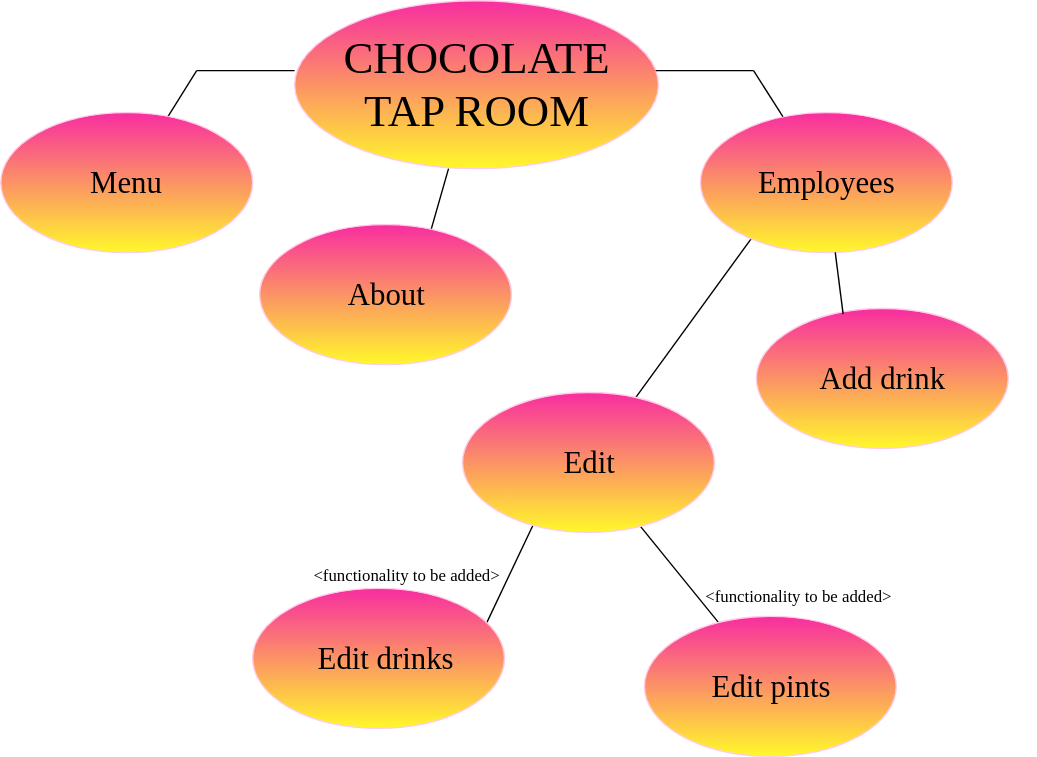
reese-lee/chocolate-tap-room keeps this draw.io diagram as src/assets/images/componenttree.svg. Above is the earlier version. Source tidied: cells renumbered, new cells last; positions are measured from the earlier drawing's top-left corner, leaving out a move shared by most shapes. Source of this version:
```xml
<mxGraphModel>
  <root>
    <mxCell id="0" />
    <mxCell id="1" parent="0" />
    <mxCell id="2" style="endArrow=none;html=1;fontFamily=Garamond;fontSize=22;exitX=0.906;exitY=0.357;exitDx=0;exitDy=0;exitPerimeter=0;" parent="1" edge="1" source="26">
      <mxGeometry relative="1" as="geometry">
        <mxPoint x="385" y="365" as="targetPoint" />
      </mxGeometry>
    </mxCell>
    <mxCell id="3" style="endArrow=none;html=1;fontFamily=Garamond;fontSize=22;" parent="1" edge="1" source="25" target="22">
      <mxGeometry relative="1" as="geometry" />
    </mxCell>
    <mxCell id="4" style="endArrow=none;html=1;fontFamily=Garamond;fontSize=22;" parent="1" edge="1" source="10">
      <mxGeometry relative="1" as="geometry">
        <mxPoint x="140" y="50" as="targetPoint" />
      </mxGeometry>
    </mxCell>
    <mxCell id="5" style="endArrow=none;html=1;fontFamily=Garamond;fontSize=22;" parent="1" edge="1" source="19">
      <mxGeometry relative="1" as="geometry">
        <mxPoint x="540" y="165" as="targetPoint" />
      </mxGeometry>
    </mxCell>
    <mxCell id="6" style="ellipse;whiteSpace=wrap;html=1;fillColor=#F82DA0;strokeColor=#FFCCE6;gradientColor=#FFF82B;" parent="1" vertex="1">
      <mxGeometry x="500" y="80" width="180" height="100" as="geometry" />
    </mxCell>
    <mxCell id="7" style="ellipse;whiteSpace=wrap;html=1;fillColor=#F82DA0;strokeColor=#FFCCE6;gradientColor=#FFF82B;" parent="1" vertex="1">
      <mxGeometry x="210" width="260" height="120" as="geometry" />
    </mxCell>
    <mxCell id="8" style="ellipse;whiteSpace=wrap;html=1;fillColor=#F82DA0;strokeColor=#FFCCE6;gradientColor=#FFF82B;" parent="1" vertex="1">
      <mxGeometry y="80" width="180" height="100" as="geometry" />
    </mxCell>
    <mxCell id="9" value="CHOCOLATE &lt;br style=&quot;font-size: 32px;&quot;&gt;TAP ROOM" style="text;html=1;strokeColor=none;fillColor=none;align=center;verticalAlign=middle;whiteSpace=wrap;rounded=0;fontFamily=Garamond;fontSize=32;" parent="1" vertex="1">
      <mxGeometry x="230" y="32" width="220" height="55" as="geometry" />
    </mxCell>
    <mxCell id="10" value="Menu" style="text;html=1;strokeColor=none;fillColor=none;align=center;verticalAlign=middle;whiteSpace=wrap;rounded=0;fontFamily=Garamond;fontSize=22;" parent="1" vertex="1">
      <mxGeometry x="10" y="95" width="160" height="70" as="geometry" />
    </mxCell>
    <mxCell id="11" style="endArrow=none;html=1;fontFamily=Garamond;fontSize=22;" parent="1" edge="1">
      <mxGeometry relative="1" as="geometry">
        <mxPoint x="140" y="50" as="sourcePoint" />
        <mxPoint x="210" y="50" as="targetPoint" />
      </mxGeometry>
    </mxCell>
    <mxCell id="12" style="ellipse;whiteSpace=wrap;html=1;fillColor=#F82DA0;strokeColor=#FFCCE6;gradientColor=#FFF82B;" parent="1" vertex="1">
      <mxGeometry x="540" y="220" width="180" height="100" as="geometry" />
    </mxCell>
    <mxCell id="13" style="endArrow=none;html=1;fontFamily=Garamond;fontSize=22;" parent="1" edge="1">
      <mxGeometry relative="1" as="geometry">
        <mxPoint x="468" y="50" as="sourcePoint" />
        <mxPoint x="538" y="50" as="targetPoint" />
      </mxGeometry>
    </mxCell>
    <mxCell id="14" style="endArrow=none;html=1;fontFamily=Garamond;fontSize=22;" parent="1" edge="1">
      <mxGeometry relative="1" as="geometry">
        <mxPoint x="559" y="82.9" as="sourcePoint" />
        <mxPoint x="538" y="50" as="targetPoint" />
      </mxGeometry>
    </mxCell>
    <mxCell id="15" style="endArrow=none;html=1;fontFamily=Garamond;fontSize=22;exitX=0.639;exitY=0.3;exitDx=0;exitDy=0;exitPerimeter=0;" parent="1" edge="1" source="16">
      <mxGeometry relative="1" as="geometry">
        <mxPoint x="320" y="120" as="targetPoint" />
      </mxGeometry>
    </mxCell>
    <mxCell id="16" style="ellipse;whiteSpace=wrap;html=1;fillColor=#F82DA0;strokeColor=#FFCCE6;gradientColor=#FFF82B;" parent="1" vertex="1">
      <mxGeometry x="185" y="160" width="180" height="100" as="geometry" />
    </mxCell>
    <mxCell id="17" value="About" style="text;html=1;strokeColor=none;fillColor=none;align=center;verticalAlign=middle;whiteSpace=wrap;rounded=0;fontFamily=Garamond;fontSize=22;" parent="1" vertex="1">
      <mxGeometry x="195" y="175" width="160" height="70" as="geometry" />
    </mxCell>
    <mxCell id="18" value="Add drink" style="text;html=1;strokeColor=none;fillColor=none;align=center;verticalAlign=middle;whiteSpace=wrap;rounded=0;fontFamily=Garamond;fontSize=22;" parent="1" vertex="1">
      <mxGeometry x="550" y="235" width="160" height="70" as="geometry" />
    </mxCell>
    <mxCell id="19" style="ellipse;whiteSpace=wrap;html=1;fillColor=#F82DA0;strokeColor=#FFCCE6;gradientColor=#FFF82B;" parent="1" vertex="1">
      <mxGeometry x="330" y="280" width="180" height="100" as="geometry" />
    </mxCell>
    <mxCell id="20" style="endArrow=none;html=1;fontFamily=Garamond;fontSize=22;exitX=0.344;exitY=0.04;exitDx=0;exitDy=0;exitPerimeter=0;" parent="1" edge="1" source="12" target="6">
      <mxGeometry relative="1" as="geometry" />
    </mxCell>
    <mxCell id="21" value="Employees" style="text;html=1;strokeColor=none;fillColor=none;align=center;verticalAlign=middle;whiteSpace=wrap;rounded=0;fontFamily=Garamond;fontSize=22;" parent="1" vertex="1">
      <mxGeometry x="510" y="95" width="160" height="70" as="geometry" />
    </mxCell>
    <mxCell id="22" value="Edit" style="text;html=1;strokeColor=none;fillColor=none;align=center;verticalAlign=middle;whiteSpace=wrap;rounded=0;fontFamily=Garamond;fontSize=22;" parent="1" vertex="1">
      <mxGeometry x="340" y="295" width="160" height="70" as="geometry" />
    </mxCell>
    <mxCell id="23" style="ellipse;whiteSpace=wrap;html=1;fillColor=#F82DA0;strokeColor=#FFCCE6;gradientColor=#FFF82B;" parent="1" vertex="1">
      <mxGeometry x="460" y="440" width="180" height="100" as="geometry" />
    </mxCell>
    <mxCell id="24" style="ellipse;whiteSpace=wrap;html=1;fillColor=#F82DA0;strokeColor=#FFCCE6;gradientColor=#FFF82B;" parent="1" vertex="1">
      <mxGeometry x="180" y="420" width="180" height="100" as="geometry" />
    </mxCell>
    <mxCell id="25" value="Edit pints" style="text;html=1;strokeColor=none;fillColor=none;align=center;verticalAlign=middle;whiteSpace=wrap;rounded=0;fontFamily=Garamond;fontSize=22;" parent="1" vertex="1">
      <mxGeometry x="470" y="455" width="160" height="70" as="geometry" />
    </mxCell>
    <mxCell id="26" value="Edit drinks" style="text;html=1;strokeColor=none;fillColor=none;align=center;verticalAlign=middle;whiteSpace=wrap;rounded=0;fontFamily=Garamond;fontSize=22;" parent="1" vertex="1">
      <mxGeometry x="195" y="435" width="160" height="70" as="geometry" />
    </mxCell>
    <mxCell id="27" value="&amp;lt;functionality to be added&amp;gt;" style="text;html=1;strokeColor=none;fillColor=none;align=center;verticalAlign=middle;whiteSpace=wrap;rounded=0;fontFamily=Garamond;fontSize=12;" parent="1" vertex="1">
      <mxGeometry x="400" y="410" width="340" height="30" as="geometry" />
    </mxCell>
    <mxCell id="28" value="&amp;lt;functionality to be added&amp;gt;" style="text;html=1;strokeColor=none;fillColor=none;align=center;verticalAlign=middle;whiteSpace=wrap;rounded=0;fontFamily=Garamond;fontSize=12;" parent="1" vertex="1">
      <mxGeometry x="120" y="395" width="340" height="30" as="geometry" />
    </mxCell>
  </root>
</mxGraphModel>
```
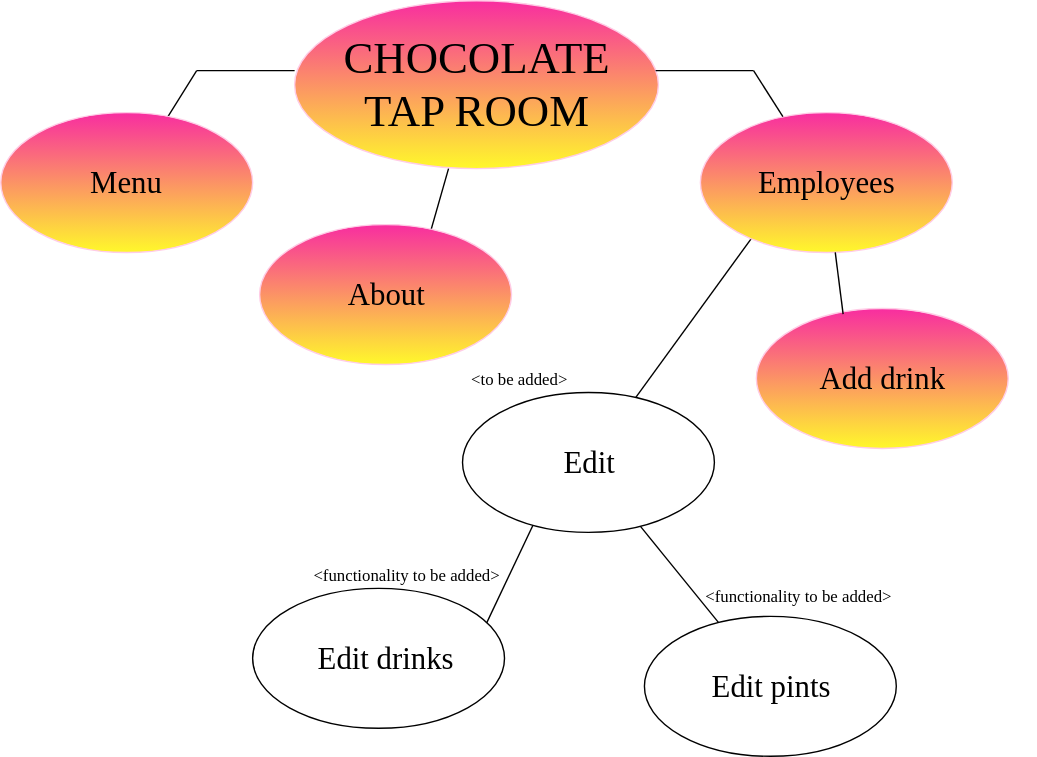
Later version of the same file.

Commit message:
add new Component Tree that reflects current structure

Diff of the diagram source:
```diff
@@ -70,7 +70,7 @@
     <mxCell id="18" value="Add drink" style="text;html=1;strokeColor=none;fillColor=none;align=center;verticalAlign=middle;whiteSpace=wrap;rounded=0;fontFamily=Garamond;fontSize=22;" parent="1" vertex="1">
       <mxGeometry x="550" y="235" width="160" height="70" as="geometry" />
     </mxCell>
-    <mxCell id="19" style="ellipse;whiteSpace=wrap;html=1;fillColor=#F82DA0;strokeColor=#FFCCE6;gradientColor=#FFF82B;" parent="1" vertex="1">
+    <mxCell id="19" style="ellipse;whiteSpace=wrap;html=1;gradientDirection=south;" parent="1" vertex="1">
       <mxGeometry x="330" y="280" width="180" height="100" as="geometry" />
     </mxCell>
     <mxCell id="20" style="endArrow=none;html=1;fontFamily=Garamond;fontSize=22;exitX=0.344;exitY=0.04;exitDx=0;exitDy=0;exitPerimeter=0;" parent="1" edge="1" source="12" target="6">
@@ -82,10 +82,10 @@
     <mxCell id="22" value="Edit" style="text;html=1;strokeColor=none;fillColor=none;align=center;verticalAlign=middle;whiteSpace=wrap;rounded=0;fontFamily=Garamond;fontSize=22;" parent="1" vertex="1">
       <mxGeometry x="340" y="295" width="160" height="70" as="geometry" />
     </mxCell>
-    <mxCell id="23" style="ellipse;whiteSpace=wrap;html=1;fillColor=#F82DA0;strokeColor=#FFCCE6;gradientColor=#FFF82B;" parent="1" vertex="1">
+    <mxCell id="23" style="ellipse;whiteSpace=wrap;html=1;" parent="1" vertex="1">
       <mxGeometry x="460" y="440" width="180" height="100" as="geometry" />
     </mxCell>
-    <mxCell id="24" style="ellipse;whiteSpace=wrap;html=1;fillColor=#F82DA0;strokeColor=#FFCCE6;gradientColor=#FFF82B;" parent="1" vertex="1">
+    <mxCell id="24" style="ellipse;whiteSpace=wrap;html=1;" parent="1" vertex="1">
       <mxGeometry x="180" y="420" width="180" height="100" as="geometry" />
     </mxCell>
     <mxCell id="25" value="Edit pints" style="text;html=1;strokeColor=none;fillColor=none;align=center;verticalAlign=middle;whiteSpace=wrap;rounded=0;fontFamily=Garamond;fontSize=22;" parent="1" vertex="1">
@@ -100,5 +100,8 @@
     <mxCell id="28" value="&amp;lt;functionality to be added&amp;gt;" style="text;html=1;strokeColor=none;fillColor=none;align=center;verticalAlign=middle;whiteSpace=wrap;rounded=0;fontFamily=Garamond;fontSize=12;" parent="1" vertex="1">
       <mxGeometry x="120" y="395" width="340" height="30" as="geometry" />
     </mxCell>
+    <mxCell id="29" value="&amp;lt;to be added&amp;gt;" style="text;html=1;strokeColor=none;fillColor=none;align=center;verticalAlign=middle;whiteSpace=wrap;rounded=0;fontFamily=Garamond;fontSize=12;" parent="1" vertex="1">
+      <mxGeometry x="200" y="255" width="340" height="30" as="geometry" />
+    </mxCell>
   </root>
 </mxGraphModel>
```
